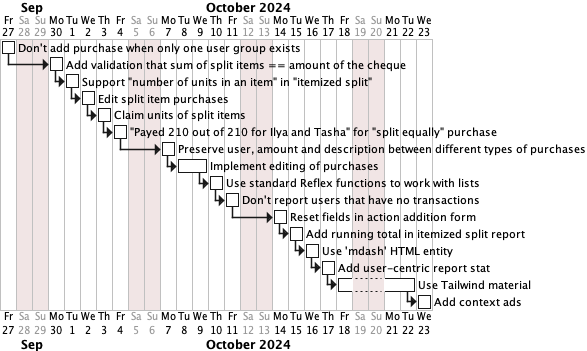
The PlantUML diagram plan_after_release.png in tellary/split, before a commit.
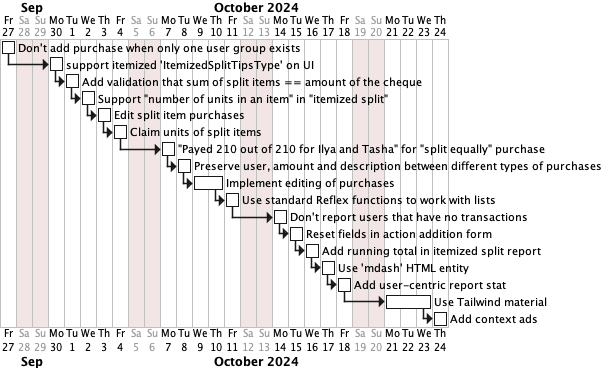
Later version of the same file.

Diff of the diagram source:
```diff
@@ -4,7 +4,8 @@
 saturday are closed
 sunday are closed
 
-then [Don't add purchase when only one user group exists] is 0% completed
+[Don't add purchase when only one user group exists] is 0% completed
+then [support itemized 'ItemizedSplitTipsType' on UI] is 0% completed
 then [Add validation that sum of split items == amount of the cheque] is 0% completed
 then [Support "number of units in an item" in "itemized split"] is 0% completed
 then [Edit split item purchases] is 0% completed
```
